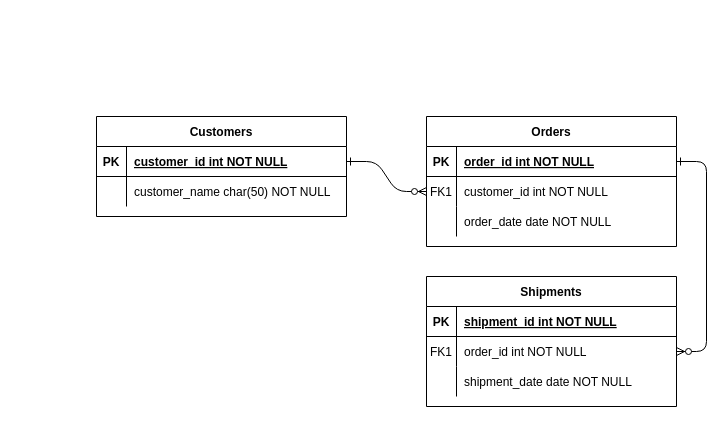
This is Lab04.drawio from m0dileClements/mOdileClements, a draw.io file, before an edit. Source tidied: cells renumbered, new cells numbered last; positions are measured from the earlier drawing's top-left corner, leaving out a move shared by most shapes. Both pictures are drawn from the tidied source at 100%, with x=0, y=0 at pixel (96, 116).
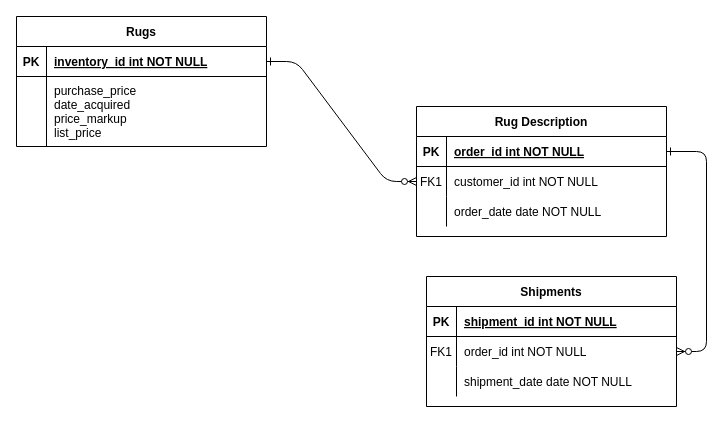
Above is the later version.

Unchanged cells that the change refers to:
```xml
<mxCell id="25" style="shape=partialRectangle;fillColor=none;points=[[0,0.5],[1,0.5]];portConstraint=eastwest;top=0;left=0;right=0;bottom=1;" parent="24" vertex="1">
  <mxGeometry y="30" width="250" height="30" as="geometry" />
</mxCell>
```

What changed in the source:
```diff
@@
-    <mxCell id="4" value="Orders" style="shape=table;startSize=30;childLayout=tableLayout;rowLines=0;fontStyle=1;align=center;" parent="1" vertex="1">
-      <mxGeometry x="330" width="250" height="130" as="geometry" />
+    <mxCell id="4" value="Rug Description" style="shape=table;startSize=30;childLayout=tableLayout;rowLines=0;fontStyle=1;align=center;" parent="1" vertex="1">
+      <mxGeometry x="320" y="-10" width="250" height="130" as="geometry" />
     </mxCell>
@@
-    <mxCell id="24" value="Customers" style="shape=table;startSize=30;childLayout=tableLayout;rowLines=0;fontStyle=1;align=center;" parent="1" vertex="1">
-      <mxGeometry width="250" height="100" as="geometry" />
+    <mxCell id="24" value="Rugs" style="shape=table;startSize=30;childLayout=tableLayout;rowLines=0;fontStyle=1;align=center;" parent="1" vertex="1">
+      <mxGeometry x="-80" y="-100" width="250" height="130" as="geometry" />
     </mxCell>
@@
-    <mxCell id="27" value="customer_id int NOT NULL " style="shape=partialRectangle;overflow=hidden;fillColor=none;top=0;left=0;bottom=0;right=0;align=left;spacingLeft=6;fontStyle=5;" parent="25" vertex="1">
+    <mxCell id="27" value="inventory_id int NOT NULL " style="shape=partialRectangle;overflow=hidden;fillColor=none;top=0;left=0;bottom=0;right=0;align=left;spacingLeft=6;fontStyle=5;" parent="25" vertex="1">
       <mxGeometry x="30" width="220" height="30" as="geometry" />
     </mxCell>
     <mxCell id="28" style="shape=partialRectangle;fillColor=none;top=0;left=0;right=0;bottom=0;" parent="24" vertex="1">
-      <mxGeometry y="60" width="250" height="30" as="geometry" />
+      <mxGeometry y="60" width="250" height="70" as="geometry" />
     </mxCell>
     <mxCell id="29" style="shape=partialRectangle;overflow=hidden;fillColor=none;top=0;left=0;bottom=0;right=0;" parent="28" vertex="1">
-      <mxGeometry width="30" height="30" as="geometry" />
+      <mxGeometry width="30" height="70" as="geometry" />
     </mxCell>
-    <mxCell id="30" value="customer_name char(50) NOT NULL" style="shape=partialRectangle;overflow=hidden;fillColor=none;top=0;left=0;bottom=0;right=0;align=left;spacingLeft=6;" parent="28" vertex="1">
-      <mxGeometry x="30" width="220" height="30" as="geometry" />
+    <mxCell id="30" value="purchase_price&#10;date_acquired &#10;price_markup&#10;list_price" style="shape=partialRectangle;overflow=hidden;fillColor=none;top=0;left=0;bottom=0;right=0;align=left;spacingLeft=6;" parent="28" vertex="1">
+      <mxGeometry x="30" width="220" height="70" as="geometry" />
     </mxCell>
```
